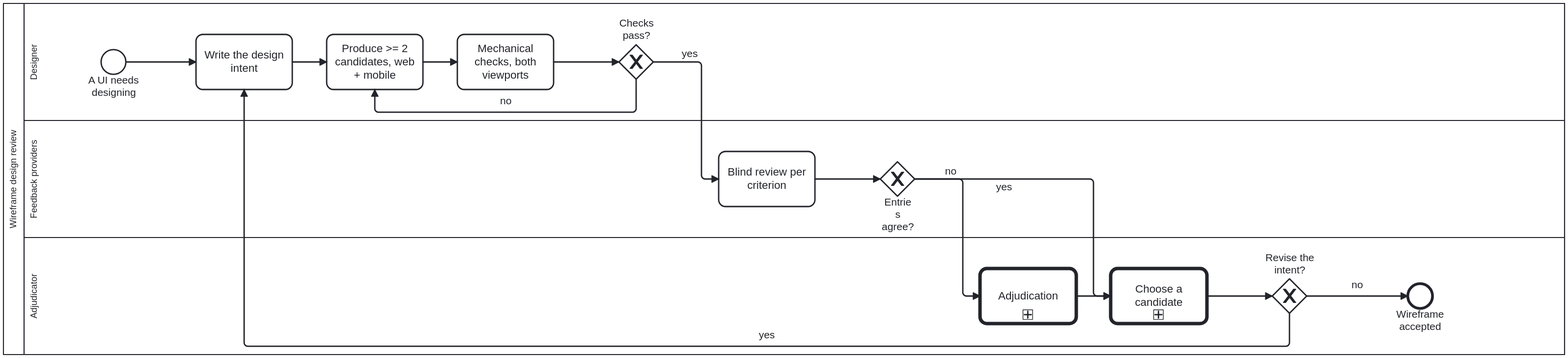
Earlier version of the BPMN export docs/assets/img/workflows/wireframe-design-review.svg (litlfred/cat-harness). Its source is kept beside it as processes/ui/wireframe-design-review.bpmn. Ids are renumbered. The source it was exported from:
```xml
<bpmn:definitions xmlns:bpmn="http://www.omg.org/spec/BPMN/20100524/MODEL"
                  xmlns:bpmndi="http://www.omg.org/spec/BPMN/20100524/DI"
                  xmlns:dc="http://www.omg.org/spec/DD/20100524/DC"
                  xmlns:di="http://www.omg.org/spec/DD/20100524/DI"
                  xmlns:bootstrap.processes="https://litlfred.github.io/bootstrap/v0/processes/ns#"
                  xmlns:cat-harness.processes="https://litlfred.github.io/cat-harness/v0/processes/ns#"
                  id="Definitions_Process_WireframeDesignReview" targetNamespace="https://litlfred.github.io/folio-assistant/workflows"
                  exporter="folio-assistant" exporterVersion="1">
  <bpmn:import namespace="https://litlfred.github.io/bootstrap/v0/processes/ns#" location="https://litlfred.github.io/bootstrap/v0/processes/ns.jsonld" importType="http://www.w3.org/ns/json-ld"/>
  <bpmn:resource id="adjudicator" name="Adjudicator"/>
  <bpmn:resource id="authoring-agent" name="Authoring agent"/>
  <bpmn:resource id="feedback-provider" name="Feedback provider"/>
  <bpmn:collaboration id="Collaboration_Process_WireframeDesignReview">
    <bpmn:participant id="Participant_Process_WireframeDesignReview" name="Wireframe design review" processRef="Process_WireframeDesignReview"/>
  </bpmn:collaboration>
  <bpmn:process id="Process_WireframeDesignReview" name="Wireframe design review" isExecutable="false">
    <bpmn:documentation>WireGen (methodologies/wiregen) made executable: a written design intent, at least two mid-fidelity candidates each with a web AND a mobile layout, mechanical checks, a blind per-criterion review, adjudication where reviewers disagree, and a recorded choice. A wireframe is part of the design process for adjudication (owner, 2026-09-23). Operating skill: wireframe-design-review. Issue #1023. The same mechanical checks back the as-is wireframe every declared visualiser owes, which `check:wireframes` runs.</bpmn:documentation>
    <bpmn:extensionElements>
      <cat-harness.processes:policy enforcement="advisory"/>
    </bpmn:extensionElements>
    <bpmn:laneSet id="LaneSet_Process_WireframeDesignReview">
      <bpmn:lane id="Lane_Designer" name="Designer" partitionElementRef="authoring-agent">
        <bpmn:documentation>Writes the intent, produces candidates with real content, and runs the mechanical checks. Does not review its own candidates.</bpmn:documentation>
        <bpmn:flowNodeRef>Start_WDR</bpmn:flowNodeRef>
        <bpmn:flowNodeRef>D_Intent</bpmn:flowNodeRef>
        <bpmn:flowNodeRef>D_Candidates</bpmn:flowNodeRef>
        <bpmn:flowNodeRef>D_Check</bpmn:flowNodeRef>
        <bpmn:flowNodeRef>GW_Checks</bpmn:flowNodeRef>
      </bpmn:lane>
      <bpmn:lane id="Lane_Reviewers" name="Feedback providers" partitionElementRef="feedback-provider">
        <bpmn:documentation>One or more reviewers (agent and human) who see candidates shuffled, without their author, and record pass, warn or fail per criterion with a reason. There are no scores and no averages.</bpmn:documentation>
        <bpmn:flowNodeRef>R_Review</bpmn:flowNodeRef>
        <bpmn:flowNodeRef>GW_Agree</bpmn:flowNodeRef>
      </bpmn:lane>
      <bpmn:lane id="Lane_Adjudicator" name="Adjudicator" partitionElementRef="adjudicator">
        <bpmn:documentation>Reached only when entries for one criterion disagree. Settles the disagreement with a reason, and decides between surviving candidates through options analysis.</bpmn:documentation>
        <bpmn:flowNodeRef>Call_Adjudicate</bpmn:flowNodeRef>
        <bpmn:flowNodeRef>Call_Choose</bpmn:flowNodeRef>
        <bpmn:flowNodeRef>GW_Iterate</bpmn:flowNodeRef>
        <bpmn:flowNodeRef>End_WDR</bpmn:flowNodeRef>
      </bpmn:lane>
    </bpmn:laneSet>
    <bpmn:startEvent id="Start_WDR" name="A UI needs designing"/>
    <bpmn:task id="D_Intent" name="Write the design intent">
      <bpmn:documentation>A short statement of who the screen is for, what they need to do, and what it must show. It is the criterion every candidate is judged against.</bpmn:documentation>
      <bpmn:extensionElements><bootstrap.processes:skill ref="wireframe-design-review"/></bpmn:extensionElements>
    </bpmn:task>
    <bpmn:task id="D_Candidates" name="Produce &gt;= 2 candidates, web + mobile">
      <bpmn:documentation>Mid-fidelity HTML: monochrome, real folio content, semantic icons, no placeholder text. Each candidate has both a web layout and a mobile layout.</bpmn:documentation>
      <bpmn:extensionElements><bootstrap.processes:skill ref="wireframe-design-review"/></bpmn:extensionElements>
    </bpmn:task>
    <bpmn:task id="D_Check" name="Mechanical checks, both viewports">
      <bpmn:documentation>Tool wireframe-check renders every candidate at a web and a mobile viewport. It fails on horizontal overflow at mobile width, on placeholder text, and on a missing viewport, and writes screenshots and a script entry per criterion.</bpmn:documentation>
      <bpmn:extensionElements><bootstrap.processes:skill ref="wireframe-design-review"/></bpmn:extensionElements>
    </bpmn:task>
    <bpmn:exclusiveGateway id="GW_Checks" name="Checks pass?">
      <bpmn:documentation>Answered by the mechanical checks at both viewports. `yes` goes to blind review; `no` returns to producing candidates.</bpmn:documentation>
    </bpmn:exclusiveGateway>
    <bpmn:task id="R_Review" name="Blind review per criterion">
      <bpmn:documentation>Criteria: intent-fit, web usability, mobile usability, accessibility, and alternatives considered. A review at one viewport only is incomplete.</bpmn:documentation>
      <bpmn:extensionElements><bootstrap.processes:skill ref="wireframe-design-review"/></bpmn:extensionElements>
    </bpmn:task>
    <bpmn:exclusiveGateway id="GW_Agree" name="Entries agree?">
      <bpmn:documentation>Do the blind reviewers' entries agree? `no` goes to adjudication; `yes` goes to choosing a candidate.</bpmn:documentation>
    </bpmn:exclusiveGateway>
    <bpmn:callActivity id="Call_Adjudicate" name="Adjudication" calledElement="Process_CriterionAdjudication">
      <bpmn:documentation>folio-assistant's adjudication: the adjudication leads, the checker's entry is kept, and the dispensation carries its reason. Reviewers disagreeing on ONE criterion is a criterion disagreement, so this calls the QA-criterion specialisation (bean `bvuk`, owner 2026-09-23): the failing entry stands, the criterion does not apply to this screen, or a dispensation is granted with its reason.

FOR THIS CALLER THE SPLIT WAS A REGRESSION, not a fix, and that is worth keeping because the PR that made it said the opposite. When `bvuk` moved the outcome half out of `adjudication.bpmn`, #1074 reported that all four remaining callers "no longer reach A_ScopeCriterion or A_Dispensation" and framed it as the intended effect. True for three of them, whose question never admitted those steps. Here it removed the two steps the sentence above already documents, so the call was left pointing at a shared judgement that no longer runs either. Repointing restores what the documentation always claimed rather than changing it.

The entry condition matches exactly rather than approximately: GW_Agree asks whether the blind reviewers' entries agree and takes `no` here, and `Process_CriterionAdjudication` starts at "entries for one criterion disagree" — R_Review records pass, warn or fail PER CRITERION with a reason, so the disagreement reaching this step is a per-criterion disagreement between reviewer entries and nothing else.</bpmn:documentation>
      <bpmn:extensionElements><cat-harness.processes:adjudication accepts="stands scope dispensation"/></bpmn:extensionElements>
    </bpmn:callActivity>
    <bpmn:callActivity id="Call_Choose" name="Choose a candidate" calledElement="Process_OptionsAnalysis">
      <bpmn:documentation>A one-off choice between surviving candidates. Rejected candidates are kept, with the reason each lost.</bpmn:documentation>
    </bpmn:callActivity>
    <bpmn:exclusiveGateway id="GW_Iterate" name="Revise the intent?">
      <bpmn:documentation>Asked after a candidate is chosen: should the design intent be revised? `yes` rewrites the intent and starts again; `no` accepts the wireframe.</bpmn:documentation>
    </bpmn:exclusiveGateway>
    <bpmn:endEvent id="End_WDR" name="Wireframe accepted"/>
    <bpmn:sequenceFlow id="SF_Process_WireframeDesignReview_1" sourceRef="Start_WDR" targetRef="D_Intent"/>
    <bpmn:sequenceFlow id="SF_Process_WireframeDesignReview_2" sourceRef="D_Intent" targetRef="D_Candidates"/>
    <bpmn:sequenceFlow id="SF_Process_WireframeDesignReview_3" sourceRef="D_Candidates" targetRef="D_Check"/>
    <bpmn:sequenceFlow id="SF_Process_WireframeDesignReview_4" sourceRef="D_Check" targetRef="GW_Checks"/>
    <bpmn:sequenceFlow id="SF_Process_WireframeDesignReview_5" name="yes" sourceRef="GW_Checks" targetRef="R_Review"/>
    <bpmn:sequenceFlow id="SF_Process_WireframeDesignReview_6" name="no" sourceRef="GW_Checks" targetRef="D_Candidates"/>
    <bpmn:sequenceFlow id="SF_Process_WireframeDesignReview_7" sourceRef="R_Review" targetRef="GW_Agree"/>
    <bpmn:sequenceFlow id="SF_Process_WireframeDesignReview_8" name="no" sourceRef="GW_Agree" targetRef="Call_Adjudicate"/>
    <bpmn:sequenceFlow id="SF_Process_WireframeDesignReview_9" name="yes" sourceRef="GW_Agree" targetRef="Call_Choose"/>
    <bpmn:sequenceFlow id="SF_Process_WireframeDesignReview_10" sourceRef="Call_Adjudicate" targetRef="Call_Choose"/>
    <bpmn:sequenceFlow id="SF_Process_WireframeDesignReview_11" sourceRef="Call_Choose" targetRef="GW_Iterate"/>
    <bpmn:sequenceFlow id="SF_Process_WireframeDesignReview_12" name="yes" sourceRef="GW_Iterate" targetRef="D_Intent"/>
    <bpmn:sequenceFlow id="SF_Process_WireframeDesignReview_13" name="no" sourceRef="GW_Iterate" targetRef="End_WDR"/>
  </bpmn:process>
  <bpmndi:BPMNDiagram id="Diagram_Process_WireframeDesignReview">
    <bpmndi:BPMNPlane id="Plane_Process_WireframeDesignReview" bpmnElement="Collaboration_Process_WireframeDesignReview">
      <bpmndi:BPMNShape id="Shape_Participant_Process_WireframeDesignReview" bpmnElement="Participant_Process_WireframeDesignReview" isHorizontal="true">
        <dc:Bounds x="160" y="80" width="2270" height="510" />
      </bpmndi:BPMNShape>
      <bpmndi:BPMNShape id="Shape_Lane_Designer" bpmnElement="Lane_Designer" isHorizontal="true">
        <dc:Bounds x="190" y="80" width="2240" height="170" />
      </bpmndi:BPMNShape>
      <bpmndi:BPMNShape id="Shape_Lane_Reviewers" bpmnElement="Lane_Reviewers" isHorizontal="true">
        <dc:Bounds x="190" y="250" width="2240" height="170" />
      </bpmndi:BPMNShape>
      <bpmndi:BPMNShape id="Shape_Lane_Adjudicator" bpmnElement="Lane_Adjudicator" isHorizontal="true">
        <dc:Bounds x="190" y="420" width="2240" height="170" />
      </bpmndi:BPMNShape>
      <bpmndi:BPMNShape id="Shape_Start_WDR" bpmnElement="Start_WDR">
        <dc:Bounds x="302" y="147" width="36" height="36" />
      </bpmndi:BPMNShape>
      <bpmndi:BPMNShape id="Shape_D_Intent" bpmnElement="D_Intent">
        <dc:Bounds x="440" y="125" width="140" height="80" />
      </bpmndi:BPMNShape>
      <bpmndi:BPMNShape id="Shape_D_Candidates" bpmnElement="D_Candidates">
        <dc:Bounds x="630" y="125" width="140" height="80" />
      </bpmndi:BPMNShape>
      <bpmndi:BPMNShape id="Shape_D_Check" bpmnElement="D_Check">
        <dc:Bounds x="820" y="125" width="140" height="80" />
      </bpmndi:BPMNShape>
      <bpmndi:BPMNShape id="Shape_GW_Checks" bpmnElement="GW_Checks" isMarkerVisible="true">
        <dc:Bounds x="1055" y="140" width="50" height="50" />
        <bpmndi:BPMNLabel><dc:Bounds x="1035" y="100" width="90" height="36" /></bpmndi:BPMNLabel>
      </bpmndi:BPMNShape>
      <bpmndi:BPMNShape id="Shape_R_Review" bpmnElement="R_Review">
        <dc:Bounds x="1200" y="295" width="140" height="80" />
      </bpmndi:BPMNShape>
      <bpmndi:BPMNShape id="Shape_GW_Agree" bpmnElement="GW_Agree" isMarkerVisible="true">
        <dc:Bounds x="1435" y="310" width="50" height="50" />
      </bpmndi:BPMNShape>
      <bpmndi:BPMNShape id="Shape_Call_Adjudicate" bpmnElement="Call_Adjudicate">
        <dc:Bounds x="1580" y="465" width="140" height="80" />
      </bpmndi:BPMNShape>
      <bpmndi:BPMNShape id="Shape_Call_Choose" bpmnElement="Call_Choose">
        <dc:Bounds x="1770" y="465" width="140" height="80" />
      </bpmndi:BPMNShape>
      <bpmndi:BPMNShape id="Shape_GW_Iterate" bpmnElement="GW_Iterate" isMarkerVisible="true">
        <dc:Bounds x="2005" y="480" width="50" height="50" />
        <bpmndi:BPMNLabel><dc:Bounds x="1985" y="441" width="90" height="35" /></bpmndi:BPMNLabel>
      </bpmndi:BPMNShape>
      <bpmndi:BPMNShape id="Shape_End_WDR" bpmnElement="End_WDR">
        <dc:Bounds x="2202" y="487" width="36" height="36" />
      </bpmndi:BPMNShape>
      <bpmndi:BPMNEdge id="Edge_SF_Process_WireframeDesignReview_1" bpmnElement="SF_Process_WireframeDesignReview_1">
        <di:waypoint x="338" y="165" />
        <di:waypoint x="440" y="165" />
      </bpmndi:BPMNEdge>
      <bpmndi:BPMNEdge id="Edge_SF_Process_WireframeDesignReview_2" bpmnElement="SF_Process_WireframeDesignReview_2">
        <di:waypoint x="580" y="165" />
        <di:waypoint x="630" y="165" />
      </bpmndi:BPMNEdge>
      <bpmndi:BPMNEdge id="Edge_SF_Process_WireframeDesignReview_3" bpmnElement="SF_Process_WireframeDesignReview_3">
        <di:waypoint x="770" y="165" />
        <di:waypoint x="820" y="165" />
      </bpmndi:BPMNEdge>
      <bpmndi:BPMNEdge id="Edge_SF_Process_WireframeDesignReview_4" bpmnElement="SF_Process_WireframeDesignReview_4">
        <di:waypoint x="960" y="165" />
        <di:waypoint x="1055" y="165" />
      </bpmndi:BPMNEdge>
      <bpmndi:BPMNEdge id="Edge_SF_Process_WireframeDesignReview_5" bpmnElement="SF_Process_WireframeDesignReview_5">
        <di:waypoint x="1105" y="165" />
        <di:waypoint x="1175" y="165" />
        <di:waypoint x="1175" y="335" />
        <di:waypoint x="1200" y="335" />
        <bpmndi:BPMNLabel><dc:Bounds x="1112.5" y="144" width="90" height="18" /></bpmndi:BPMNLabel>
      </bpmndi:BPMNEdge>
      <bpmndi:BPMNEdge id="Edge_SF_Process_WireframeDesignReview_6" bpmnElement="SF_Process_WireframeDesignReview_6">
        <di:waypoint x="1080" y="190" />
        <di:waypoint x="1080" y="238" />
        <di:waypoint x="700" y="238" />
        <di:waypoint x="700" y="205" />
      </bpmndi:BPMNEdge>
      <bpmndi:BPMNEdge id="Edge_SF_Process_WireframeDesignReview_7" bpmnElement="SF_Process_WireframeDesignReview_7">
        <di:waypoint x="1340" y="335" />
        <di:waypoint x="1435" y="335" />
      </bpmndi:BPMNEdge>
      <bpmndi:BPMNEdge id="Edge_SF_Process_WireframeDesignReview_8" bpmnElement="SF_Process_WireframeDesignReview_8">
        <di:waypoint x="1485" y="335" />
        <di:waypoint x="1555" y="335" />
        <di:waypoint x="1555" y="505" />
        <di:waypoint x="1580" y="505" />
        <bpmndi:BPMNLabel><dc:Bounds x="1492.5" y="315" width="90" height="17" /></bpmndi:BPMNLabel>
      </bpmndi:BPMNEdge>
      <bpmndi:BPMNEdge id="Edge_SF_Process_WireframeDesignReview_9" bpmnElement="SF_Process_WireframeDesignReview_9">
        <di:waypoint x="1485" y="335" />
        <di:waypoint x="1745" y="335" />
        <di:waypoint x="1745" y="505" />
        <di:waypoint x="1770" y="505" />
        <bpmndi:BPMNLabel><dc:Bounds x="1570" y="338" width="90" height="18" /></bpmndi:BPMNLabel>
      </bpmndi:BPMNEdge>
      <bpmndi:BPMNEdge id="Edge_SF_Process_WireframeDesignReview_10" bpmnElement="SF_Process_WireframeDesignReview_10">
        <di:waypoint x="1720" y="505" />
        <di:waypoint x="1770" y="505" />
      </bpmndi:BPMNEdge>
      <bpmndi:BPMNEdge id="Edge_SF_Process_WireframeDesignReview_11" bpmnElement="SF_Process_WireframeDesignReview_11">
        <di:waypoint x="1910" y="505" />
        <di:waypoint x="2005" y="505" />
      </bpmndi:BPMNEdge>
      <bpmndi:BPMNEdge id="Edge_SF_Process_WireframeDesignReview_12" bpmnElement="SF_Process_WireframeDesignReview_12">
        <di:waypoint x="2030" y="530" />
        <di:waypoint x="2030" y="578" />
        <di:waypoint x="510" y="578" />
        <di:waypoint x="510" y="205" />
      </bpmndi:BPMNEdge>
      <bpmndi:BPMNEdge id="Edge_SF_Process_WireframeDesignReview_13" bpmnElement="SF_Process_WireframeDesignReview_13">
        <di:waypoint x="2055" y="505" />
        <di:waypoint x="2202" y="505" />
      </bpmndi:BPMNEdge>
    </bpmndi:BPMNPlane>
  </bpmndi:BPMNDiagram>
</bpmn:definitions>
```
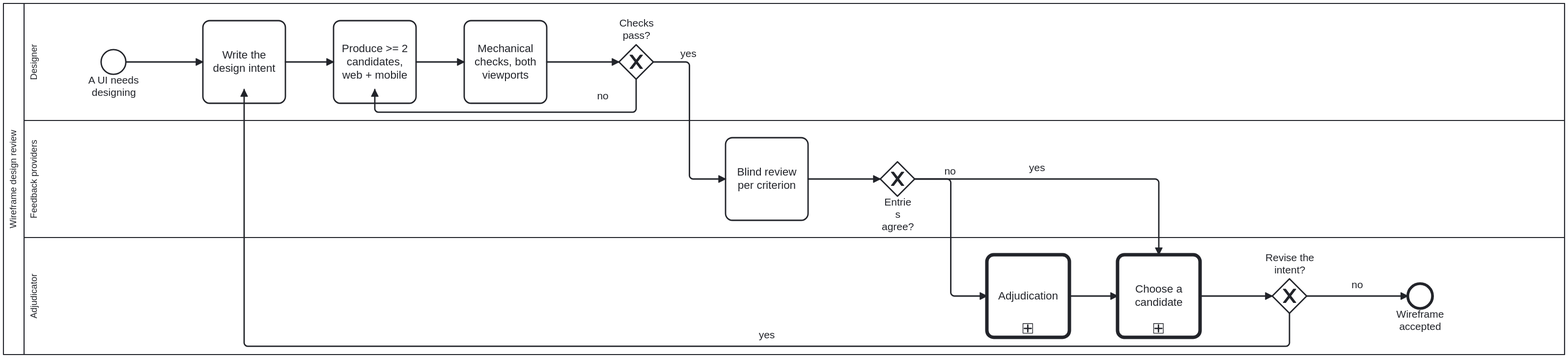
The same diagram one commit later.

The edit, as a diff of the source:
```diff
@@ -110,90 +110,89 @@
         <dc:Bounds x="302" y="147" width="36" height="36" />
       </bpmndi:BPMNShape>
       <bpmndi:BPMNShape id="Shape_D_Intent" bpmnElement="D_Intent">
-        <dc:Bounds x="440" y="125" width="140" height="80" />
+        <dc:Bounds x="450" y="105" width="120" height="120" />
       </bpmndi:BPMNShape>
       <bpmndi:BPMNShape id="Shape_D_Candidates" bpmnElement="D_Candidates">
-        <dc:Bounds x="630" y="125" width="140" height="80" />
+        <dc:Bounds x="640" y="105" width="120" height="120" />
       </bpmndi:BPMNShape>
       <bpmndi:BPMNShape id="Shape_D_Check" bpmnElement="D_Check">
-        <dc:Bounds x="820" y="125" width="140" height="80" />
+        <dc:Bounds x="830" y="105" width="120" height="120" />
       </bpmndi:BPMNShape>
       <bpmndi:BPMNShape id="Shape_GW_Checks" bpmnElement="GW_Checks" isMarkerVisible="true">
         <dc:Bounds x="1055" y="140" width="50" height="50" />
-        <bpmndi:BPMNLabel><dc:Bounds x="1035" y="100" width="90" height="36" /></bpmndi:BPMNLabel>
-      </bpmndi:BPMNShape>
+
+      <bpmndi:BPMNLabel><dc:Bounds x="1035" y="100" width="90" height="36" /></bpmndi:BPMNLabel></bpmndi:BPMNShape>
       <bpmndi:BPMNShape id="Shape_R_Review" bpmnElement="R_Review">
-        <dc:Bounds x="1200" y="295" width="140" height="80" />
+        <dc:Bounds x="1210" y="275" width="120" height="120" />
       </bpmndi:BPMNShape>
       <bpmndi:BPMNShape id="Shape_GW_Agree" bpmnElement="GW_Agree" isMarkerVisible="true">
         <dc:Bounds x="1435" y="310" width="50" height="50" />
       </bpmndi:BPMNShape>
       <bpmndi:BPMNShape id="Shape_Call_Adjudicate" bpmnElement="Call_Adjudicate">
-        <dc:Bounds x="1580" y="465" width="140" height="80" />
+        <dc:Bounds x="1590" y="445" width="120" height="120" />
       </bpmndi:BPMNShape>
       <bpmndi:BPMNShape id="Shape_Call_Choose" bpmnElement="Call_Choose">
-        <dc:Bounds x="1770" y="465" width="140" height="80" />
+        <dc:Bounds x="1780" y="445" width="120" height="120" />
       </bpmndi:BPMNShape>
       <bpmndi:BPMNShape id="Shape_GW_Iterate" bpmnElement="GW_Iterate" isMarkerVisible="true">
         <dc:Bounds x="2005" y="480" width="50" height="50" />
-        <bpmndi:BPMNLabel><dc:Bounds x="1985" y="441" width="90" height="35" /></bpmndi:BPMNLabel>
-      </bpmndi:BPMNShape>
+
+      <bpmndi:BPMNLabel><dc:Bounds x="1985" y="441" width="90" height="35" /></bpmndi:BPMNLabel></bpmndi:BPMNShape>
       <bpmndi:BPMNShape id="Shape_End_WDR" bpmnElement="End_WDR">
         <dc:Bounds x="2202" y="487" width="36" height="36" />
       </bpmndi:BPMNShape>
       <bpmndi:BPMNEdge id="Edge_SF_Process_WireframeDesignReview_1" bpmnElement="SF_Process_WireframeDesignReview_1">
         <di:waypoint x="338" y="165" />
-        <di:waypoint x="440" y="165" />
+        <di:waypoint x="450" y="165" />
       </bpmndi:BPMNEdge>
       <bpmndi:BPMNEdge id="Edge_SF_Process_WireframeDesignReview_2" bpmnElement="SF_Process_WireframeDesignReview_2">
-        <di:waypoint x="580" y="165" />
-        <di:waypoint x="630" y="165" />
+        <di:waypoint x="570" y="165" />
+        <di:waypoint x="640" y="165" />
       </bpmndi:BPMNEdge>
       <bpmndi:BPMNEdge id="Edge_SF_Process_WireframeDesignReview_3" bpmnElement="SF_Process_WireframeDesignReview_3">
-        <di:waypoint x="770" y="165" />
-        <di:waypoint x="820" y="165" />
+        <di:waypoint x="760" y="165" />
+        <di:waypoint x="830" y="165" />
       </bpmndi:BPMNEdge>
       <bpmndi:BPMNEdge id="Edge_SF_Process_WireframeDesignReview_4" bpmnElement="SF_Process_WireframeDesignReview_4">
-        <di:waypoint x="960" y="165" />
+        <di:waypoint x="950" y="165" />
         <di:waypoint x="1055" y="165" />
       </bpmndi:BPMNEdge>
       <bpmndi:BPMNEdge id="Edge_SF_Process_WireframeDesignReview_5" bpmnElement="SF_Process_WireframeDesignReview_5">
         <di:waypoint x="1105" y="165" />
-        <di:waypoint x="1175" y="165" />
-        <di:waypoint x="1175" y="335" />
-        <di:waypoint x="1200" y="335" />
-        <bpmndi:BPMNLabel><dc:Bounds x="1112.5" y="144" width="90" height="18" /></bpmndi:BPMNLabel>
+        <di:waypoint x="1157.5" y="165" />
+        <di:waypoint x="1157.5" y="335" />
+        <di:waypoint x="1210" y="335" />
+        <bpmndi:BPMNLabel><dc:Bounds x="1111" y="144" width="90" height="18" /></bpmndi:BPMNLabel>
       </bpmndi:BPMNEdge>
       <bpmndi:BPMNEdge id="Edge_SF_Process_WireframeDesignReview_6" bpmnElement="SF_Process_WireframeDesignReview_6">
         <di:waypoint x="1080" y="190" />
         <di:waypoint x="1080" y="238" />
         <di:waypoint x="700" y="238" />
         <di:waypoint x="700" y="205" />
+        <bpmndi:BPMNLabel><dc:Bounds x="986" y="205.5" width="90" height="17" /></bpmndi:BPMNLabel>
       </bpmndi:BPMNEdge>
       <bpmndi:BPMNEdge id="Edge_SF_Process_WireframeDesignReview_7" bpmnElement="SF_Process_WireframeDesignReview_7">
-        <di:waypoint x="1340" y="335" />
+        <di:waypoint x="1330" y="335" />
         <di:waypoint x="1435" y="335" />
       </bpmndi:BPMNEdge>
       <bpmndi:BPMNEdge id="Edge_SF_Process_WireframeDesignReview_8" bpmnElement="SF_Process_WireframeDesignReview_8">
         <di:waypoint x="1485" y="335" />
-        <di:waypoint x="1555" y="335" />
-        <di:waypoint x="1555" y="505" />
-        <di:waypoint x="1580" y="505" />
-        <bpmndi:BPMNLabel><dc:Bounds x="1492.5" y="315" width="90" height="17" /></bpmndi:BPMNLabel>
+        <di:waypoint x="1537.5" y="335" />
+        <di:waypoint x="1537.5" y="505" />
+        <di:waypoint x="1590" y="505" />
+        <bpmndi:BPMNLabel><dc:Bounds x="1491" y="315" width="90" height="17" /></bpmndi:BPMNLabel>
       </bpmndi:BPMNEdge>
       <bpmndi:BPMNEdge id="Edge_SF_Process_WireframeDesignReview_9" bpmnElement="SF_Process_WireframeDesignReview_9">
         <di:waypoint x="1485" y="335" />
-        <di:waypoint x="1745" y="335" />
-        <di:waypoint x="1745" y="505" />
-        <di:waypoint x="1770" y="505" />
-        <bpmndi:BPMNLabel><dc:Bounds x="1570" y="338" width="90" height="18" /></bpmndi:BPMNLabel>
+        <di:waypoint x="1840" y="335" />
+        <di:waypoint x="1840" y="445" />
       </bpmndi:BPMNEdge>
       <bpmndi:BPMNEdge id="Edge_SF_Process_WireframeDesignReview_10" bpmnElement="SF_Process_WireframeDesignReview_10">
-        <di:waypoint x="1720" y="505" />
-        <di:waypoint x="1770" y="505" />
+        <di:waypoint x="1710" y="505" />
+        <di:waypoint x="1780" y="505" />
       </bpmndi:BPMNEdge>
       <bpmndi:BPMNEdge id="Edge_SF_Process_WireframeDesignReview_11" bpmnElement="SF_Process_WireframeDesignReview_11">
-        <di:waypoint x="1910" y="505" />
+        <di:waypoint x="1900" y="505" />
         <di:waypoint x="2005" y="505" />
       </bpmndi:BPMNEdge>
       <bpmndi:BPMNEdge id="Edge_SF_Process_WireframeDesignReview_12" bpmnElement="SF_Process_WireframeDesignReview_12">
```
